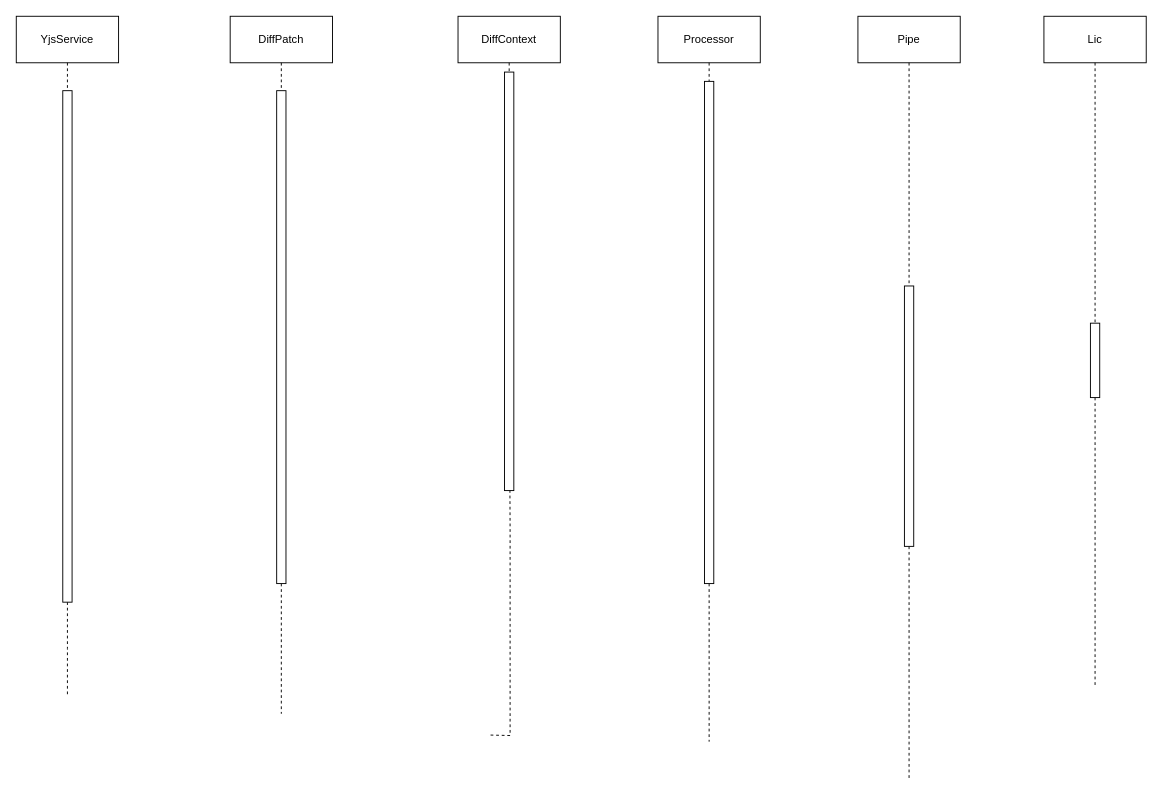
The draw.io diagram 协同编辑辅助功能.drawio in yuxinyu12345/diagrams, before the edit. Source tidied: cells renumbered, new cells numbered last; positions are measured from the earlier drawing's top-left corner, leaving out a move shared by most shapes. Both pictures are drawn from the tidied source at 93%, with x=0, y=0 at pixel (16, 16).
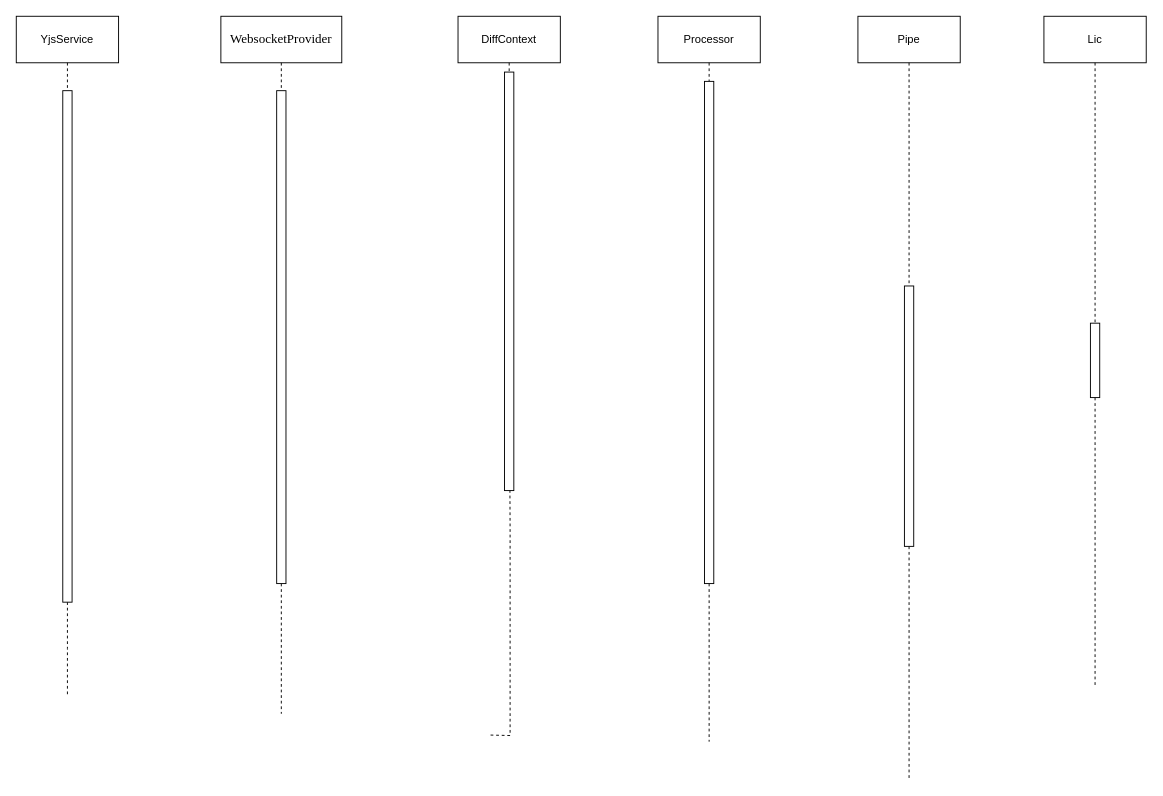
The same page after the edit.

Commit message (it also covers changes not shown here):
更新协同编辑辅助功能.drawio

The edit, as a diff of the source:
```diff
@@
-    <mxCell id="15" value="DiffPatch" style="html=1;whiteSpace=wrap;" parent="1" vertex="1">
-      <mxGeometry x="230" width="110" height="50" as="geometry" />
+    <mxCell id="15" value="&lt;p style=&quot;margin: 0pt 0pt 0.0001pt; text-align: justify; font-family: &amp;quot;Times New Roman&amp;quot;; font-size: 10.5pt;&quot; class=&quot;MsoNormal&quot;&gt;WebsocketProvider&lt;/p&gt;" style="html=1;whiteSpace=wrap;" parent="1" vertex="1">
+      <mxGeometry x="220" width="130" height="50" as="geometry" />
     </mxCell>
```
